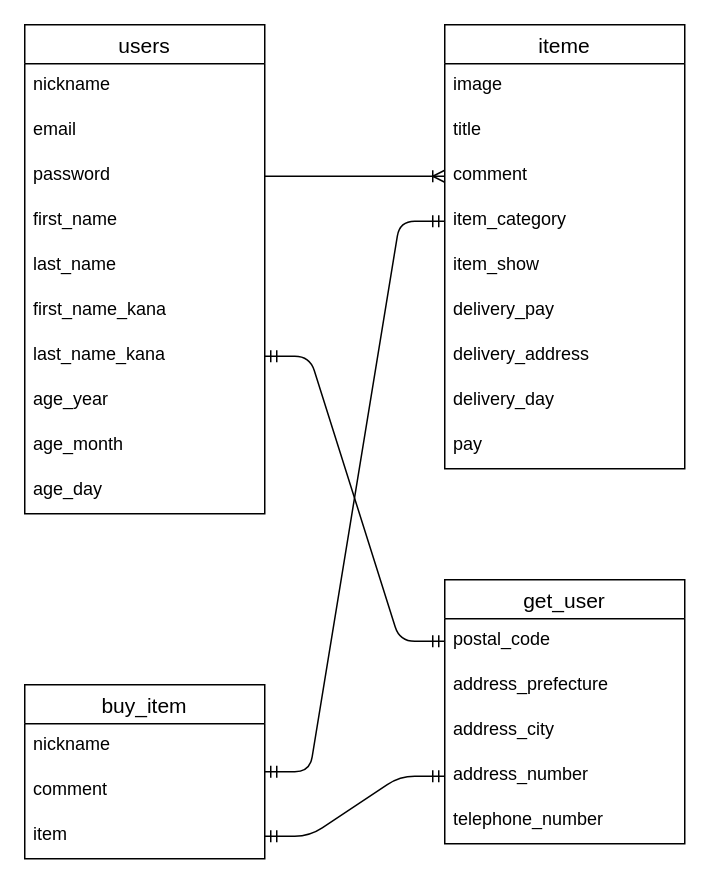
The draw.io diagram furima-36724.dio in shimiken0404/furima-36724, before the edit. Source tidied: cells renumbered, new cells numbered last; positions are measured from the earlier drawing's top-left corner, leaving out a move shared by most shapes. Both pictures are drawn from the tidied source at 150%, with x=0, y=0 at pixel (24, 24).
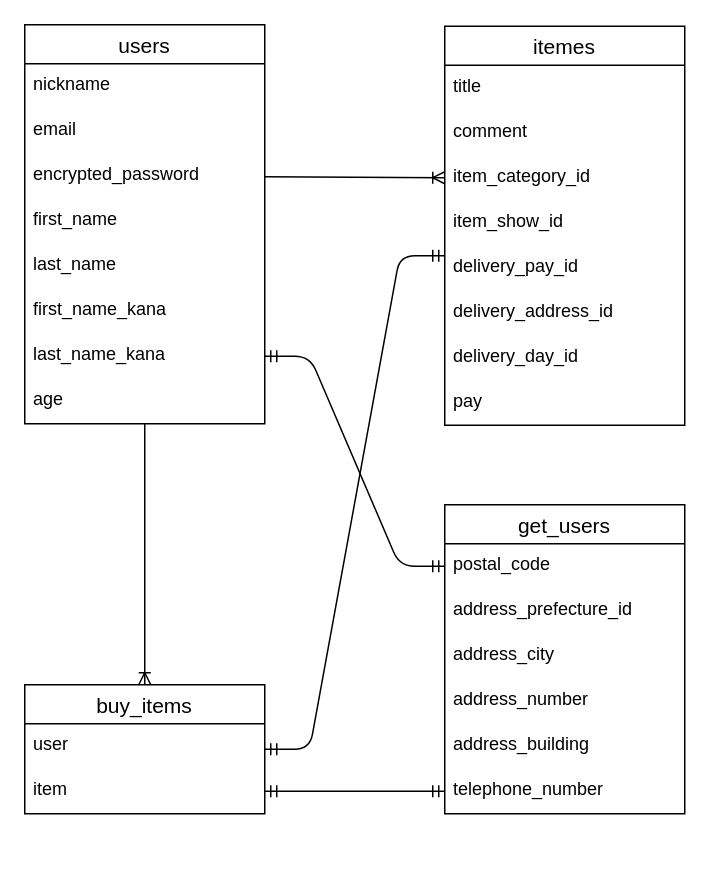
The same diagram, later.

Commit message (it also covers changes not shown here):
アソシエーション関係図３

Unchanged cells that the change refers to:
```xml
<mxCell id="31" value="address_number" style="text;strokeColor=none;fillColor=none;spacingLeft=4;spacingRight=4;overflow=hidden;points=[[0,0.5],[1,0.5]];portConstraint=eastwest;fontSize=12;" parent="27" vertex="1">
  <mxGeometry y="116" width="160" height="30" as="geometry" />
</mxCell>
```

Change to the diagram source:
```diff
@@
     <mxCell id="2" value="users" style="swimlane;fontStyle=0;horizontal=1;startSize=26;align=center;fontSize=14;" parent="1" vertex="1">
-      <mxGeometry width="160" height="326" as="geometry" />
+      <mxGeometry width="160" height="266" as="geometry" />
     </mxCell>
@@
-    <mxCell id="5" value="password" style="text;strokeColor=none;fillColor=none;spacingLeft=4;spacingRight=4;overflow=hidden;points=[[0,0.5],[1,0.5]];portConstraint=eastwest;fontSize=12;" parent="2" vertex="1">
+    <mxCell id="5" value="encrypted_password" style="text;strokeColor=none;fillColor=none;spacingLeft=4;spacingRight=4;overflow=hidden;points=[[0,0.5],[1,0.5]];portConstraint=eastwest;fontSize=12;" parent="2" vertex="1">
       <mxGeometry y="86" width="160" height="30" as="geometry" />
     </mxCell>
@@
-    <mxCell id="10" value="age_year" style="text;strokeColor=none;fillColor=none;spacingLeft=4;spacingRight=4;overflow=hidden;fontSize=12;" parent="2" vertex="1">
-      <mxGeometry y="236" width="160" height="30" as="geometry" />
-    </mxCell>
-    <mxCell id="11" value="age_month" style="text;strokeColor=none;fillColor=none;spacingLeft=4;spacingRight=4;overflow=hidden;fontSize=12;" parent="2" vertex="1">
-      <mxGeometry y="266" width="160" height="30" as="geometry" />
-    </mxCell>
-    <mxCell id="12" value="age_day" style="text;strokeColor=none;fillColor=none;spacingLeft=4;spacingRight=4;overflow=hidden;points=[[0,0.5],[1,0.5]];portConstraint=eastwest;fontSize=12;" parent="2" vertex="1">
-      <mxGeometry y="296" width="160" height="30" as="geometry" />
+    <mxCell id="12" value="age" style="text;strokeColor=none;fillColor=none;spacingLeft=4;spacingRight=4;overflow=hidden;points=[[0,0.5],[1,0.5]];portConstraint=eastwest;fontSize=12;" parent="2" vertex="1">
+      <mxGeometry y="236" width="160" height="30" as="geometry" />
     </mxCell>
-    <mxCell id="13" value="iteme" style="swimlane;fontStyle=0;horizontal=1;startSize=26;align=center;fontSize=14;" parent="1" vertex="1">
-      <mxGeometry x="280" width="160" height="296" as="geometry" />
+    <mxCell id="13" value="itemes" style="swimlane;fontStyle=0;horizontal=1;startSize=26;align=center;fontSize=14;" parent="1" vertex="1">
+      <mxGeometry x="280" y="1" width="160" height="266" as="geometry" />
     </mxCell>
-    <mxCell id="14" value="image" style="text;strokeColor=none;fillColor=none;spacingLeft=4;spacingRight=4;overflow=hidden;fontSize=12;" parent="13" vertex="1">
-      <mxGeometry y="26" width="160" height="30" as="geometry" />
-    </mxCell>
     <mxCell id="15" value="title" style="text;strokeColor=none;fillColor=none;spacingLeft=4;spacingRight=4;overflow=hidden;fontSize=12;" parent="13" vertex="1">
-      <mxGeometry y="56" width="160" height="30" as="geometry" />
+      <mxGeometry y="26" width="160" height="30" as="geometry" />
     </mxCell>
     <mxCell id="16" value="comment" style="text;strokeColor=none;fillColor=none;spacingLeft=4;spacingRight=4;overflow=hidden;points=[[0,0.5],[1,0.5]];portConstraint=eastwest;fontSize=12;" parent="13" vertex="1">
-      <mxGeometry y="86" width="160" height="30" as="geometry" />
+      <mxGeometry y="56" width="160" height="30" as="geometry" />
     </mxCell>
-    <mxCell id="17" value="item_category" style="text;strokeColor=none;fillColor=none;spacingLeft=4;spacingRight=4;overflow=hidden;points=[[0,0.5],[1,0.5]];portConstraint=eastwest;fontSize=12;" parent="13" vertex="1">
-      <mxGeometry y="116" width="160" height="30" as="geometry" />
+    <mxCell id="17" value="item_category_id" style="text;strokeColor=none;fillColor=none;spacingLeft=4;spacingRight=4;overflow=hidden;points=[[0,0.5],[1,0.5]];portConstraint=eastwest;fontSize=12;" parent="13" vertex="1">
+      <mxGeometry y="86" width="160" height="30" as="geometry" />
     </mxCell>
-    <mxCell id="18" value="item_show" style="text;strokeColor=none;fillColor=none;spacingLeft=4;spacingRight=4;overflow=hidden;fontSize=12;" parent="13" vertex="1">
-      <mxGeometry y="146" width="160" height="30" as="geometry" />
+    <mxCell id="18" value="item_show_id" style="text;strokeColor=none;fillColor=none;spacingLeft=4;spacingRight=4;overflow=hidden;fontSize=12;" parent="13" vertex="1">
+      <mxGeometry y="116" width="160" height="30" as="geometry" />
     </mxCell>
-    <mxCell id="19" value="delivery_pay" style="text;strokeColor=none;fillColor=none;spacingLeft=4;spacingRight=4;overflow=hidden;fontSize=12;" parent="13" vertex="1">
-      <mxGeometry y="176" width="160" height="30" as="geometry" />
+    <mxCell id="19" value="delivery_pay_id" style="text;strokeColor=none;fillColor=none;spacingLeft=4;spacingRight=4;overflow=hidden;fontSize=12;" parent="13" vertex="1">
+      <mxGeometry y="146" width="160" height="30" as="geometry" />
     </mxCell>
-    <mxCell id="20" value="delivery_address" style="text;strokeColor=none;fillColor=none;spacingLeft=4;spacingRight=4;overflow=hidden;fontSize=12;" parent="13" vertex="1">
-      <mxGeometry y="206" width="160" height="30" as="geometry" />
+    <mxCell id="20" value="delivery_address_id" style="text;strokeColor=none;fillColor=none;spacingLeft=4;spacingRight=4;overflow=hidden;fontSize=12;" parent="13" vertex="1">
+      <mxGeometry y="176" width="160" height="30" as="geometry" />
     </mxCell>
-    <mxCell id="21" value="delivery_day" style="text;strokeColor=none;fillColor=none;spacingLeft=4;spacingRight=4;overflow=hidden;fontSize=12;" parent="13" vertex="1">
-      <mxGeometry y="236" width="160" height="30" as="geometry" />
+    <mxCell id="21" value="delivery_day_id" style="text;strokeColor=none;fillColor=none;spacingLeft=4;spacingRight=4;overflow=hidden;fontSize=12;" parent="13" vertex="1">
+      <mxGeometry y="206" width="160" height="30" as="geometry" />
     </mxCell>
     <mxCell id="22" value="pay" style="text;strokeColor=none;fillColor=none;spacingLeft=4;spacingRight=4;overflow=hidden;fontSize=12;" parent="13" vertex="1">
-      <mxGeometry y="266" width="160" height="30" as="geometry" />
+      <mxGeometry y="236" width="160" height="30" as="geometry" />
     </mxCell>
-    <mxCell id="23" value="buy_item" style="swimlane;fontStyle=0;horizontal=1;startSize=26;align=center;fontSize=14;" parent="1" vertex="1">
-      <mxGeometry y="440" width="160" height="116" as="geometry" />
+    <mxCell id="23" value="buy_items" style="swimlane;fontStyle=0;horizontal=1;startSize=26;align=center;fontSize=14;" parent="1" vertex="1">
+      <mxGeometry y="440" width="160" height="86" as="geometry" />
     </mxCell>
-    <mxCell id="24" value="nickname" style="text;strokeColor=none;fillColor=none;spacingLeft=4;spacingRight=4;overflow=hidden;fontSize=12;" parent="23" vertex="1">
+    <mxCell id="24" value="user" style="text;strokeColor=none;fillColor=none;spacingLeft=4;spacingRight=4;overflow=hidden;fontSize=12;" parent="23" vertex="1">
       <mxGeometry y="26" width="160" height="30" as="geometry" />
     </mxCell>
-    <mxCell id="25" value="comment" style="text;strokeColor=none;fillColor=none;spacingLeft=4;spacingRight=4;overflow=hidden;fontSize=12;" parent="23" vertex="1">
-      <mxGeometry y="56" width="160" height="30" as="geometry" />
-    </mxCell>
     <mxCell id="26" value="item" style="text;strokeColor=none;fillColor=none;spacingLeft=4;spacingRight=4;overflow=hidden;points=[[0,0.5],[1,0.5]];portConstraint=eastwest;fontSize=12;" parent="23" vertex="1">
-      <mxGeometry y="86" width="160" height="30" as="geometry" />
+      <mxGeometry y="56" width="160" height="30" as="geometry" />
     </mxCell>
-    <mxCell id="27" value="get_user" style="swimlane;fontStyle=0;horizontal=1;startSize=26;align=center;fontSize=14;" parent="1" vertex="1">
-      <mxGeometry x="280" y="370" width="160" height="176" as="geometry" />
+    <mxCell id="27" value="get_users" style="swimlane;fontStyle=0;horizontal=1;startSize=26;align=center;fontSize=14;" parent="1" vertex="1">
+      <mxGeometry x="280" y="320" width="160" height="206" as="geometry" />
     </mxCell>
@@
-    <mxCell id="29" value="address_prefecture" style="text;strokeColor=none;fillColor=none;spacingLeft=4;spacingRight=4;overflow=hidden;fontSize=12;" parent="27" vertex="1">
+    <mxCell id="29" value="address_prefecture_id" style="text;strokeColor=none;fillColor=none;spacingLeft=4;spacingRight=4;overflow=hidden;fontSize=12;" parent="27" vertex="1">
       <mxGeometry y="56" width="160" height="30" as="geometry" />
     </mxCell>
@@
+    <mxCell id="37" value="address_building" style="text;strokeColor=none;fillColor=none;spacingLeft=4;spacingRight=4;overflow=hidden;fontSize=12;" parent="27" vertex="1">
+      <mxGeometry y="146" width="160" height="30" as="geometry" />
+    </mxCell>
     <mxCell id="32" value="telephone_number" style="text;strokeColor=none;fillColor=none;spacingLeft=4;spacingRight=4;overflow=hidden;points=[[0,0.5],[1,0.5]];portConstraint=eastwest;fontSize=12;" parent="27" vertex="1">
-      <mxGeometry y="146" width="160" height="30" as="geometry" />
+      <mxGeometry y="176" width="160" height="30" as="geometry" />
     </mxCell>
-    <mxCell id="33" style="edgeStyle=entityRelationEdgeStyle;fontSize=12;html=1;endArrow=ERoneToMany;" parent="1" edge="1" source="5" target="16">
+    <mxCell id="33" style="fontSize=12;html=1;endArrow=ERoneToMany;entryX=0;entryY=0.5;entryDx=0;entryDy=0;" parent="1" edge="1" source="5" target="17">
       <mxGeometry relative="1" as="geometry" />
     </mxCell>
@@
-    <mxCell id="35" style="edgeStyle=entityRelationEdgeStyle;fontSize=12;html=1;endArrow=ERmandOne;startArrow=ERmandOne;" parent="1" edge="1" source="23" target="17">
-      <mxGeometry relative="1" as="geometry" />
+    <mxCell id="35" style="edgeStyle=entityRelationEdgeStyle;fontSize=12;html=1;endArrow=ERmandOne;startArrow=ERmandOne;" parent="1" edge="1" source="23">
+      <mxGeometry relative="1" as="geometry">
+        <mxPoint x="280" y="154" as="targetPoint" />
+      </mxGeometry>
     </mxCell>
-    <mxCell id="36" style="edgeStyle=entityRelationEdgeStyle;fontSize=12;html=1;endArrow=ERmandOne;startArrow=ERmandOne;" parent="1" edge="1" source="26" target="31">
+    <mxCell id="36" style="fontSize=12;html=1;endArrow=ERmandOne;startArrow=ERmandOne;" parent="1" edge="1" source="26" target="32">
       <mxGeometry relative="1" as="geometry" />
     </mxCell>
+    <mxCell id="38" style="fontSize=12;html=1;endArrow=ERoneToMany;" parent="1" edge="1" source="12">
+      <mxGeometry relative="1" as="geometry">
+        <mxPoint x="80" y="440" as="targetPoint" />
+      </mxGeometry>
+    </mxCell>
```
